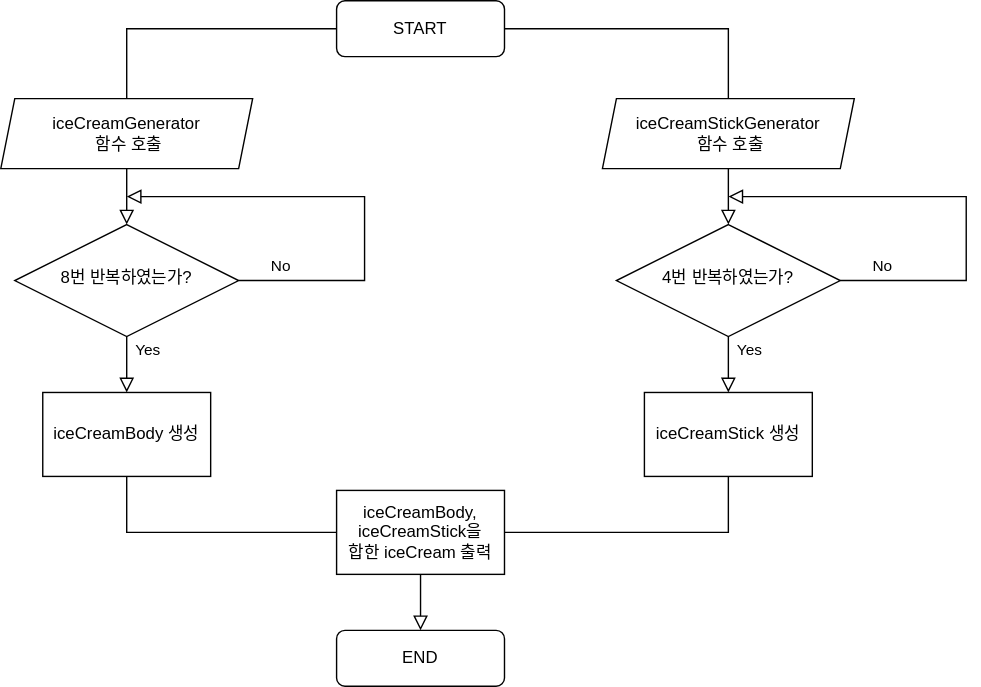
This is Step2_FlowChart.drawio.svg from yagom-academy/swift-starter-Round1, a draw.io export, as it was before one commit. Source tidied: cells renumbered, new cells last; positions are measured from the earlier drawing's top-left corner, leaving out a move shared by most shapes. Source of this version:
```xml
<mxGraphModel>
  <root>
    <mxCell id="0" />
    <mxCell id="1" parent="0" />
    <mxCell id="2" style="rounded=0;html=1;jettySize=auto;fontSize=11;endArrow=block;endFill=0;endSize=8;strokeWidth=1;shadow=0;labelBackgroundColor=none;edgeStyle=orthogonalEdgeStyle;startArrow=none;" parent="1" edge="1" source="7" target="6">
      <mxGeometry relative="1" as="geometry" />
    </mxCell>
    <mxCell id="3" value="START" style="rounded=1;whiteSpace=wrap;html=1;fontSize=12;glass=0;strokeWidth=1;shadow=0;" parent="1" vertex="1">
      <mxGeometry x="240" width="120" height="40" as="geometry" />
    </mxCell>
    <mxCell id="4" value="Yes" style="rounded=0;html=1;jettySize=auto;fontSize=11;endArrow=block;endFill=0;endSize=8;strokeWidth=1;shadow=0;labelBackgroundColor=none;edgeStyle=orthogonalEdgeStyle;entryX=0.5;entryY=0;entryDx=0;entryDy=0;exitX=0.5;exitY=1;exitDx=0;exitDy=0;" parent="1" edge="1" source="6" target="11">
      <mxGeometry x="-0.5" y="15" relative="1" as="geometry" />
    </mxCell>
    <mxCell id="5" value="No" style="edgeStyle=orthogonalEdgeStyle;rounded=0;html=1;jettySize=auto;fontSize=11;endArrow=block;endFill=0;endSize=8;strokeWidth=1;shadow=0;labelBackgroundColor=none;" parent="1" edge="1" source="6">
      <mxGeometry x="-0.81" y="10" relative="1" as="geometry">
        <mxPoint x="90" y="140" as="targetPoint" />
        <Array as="points">
          <mxPoint x="260" y="200" />
          <mxPoint x="260" y="140" />
        </Array>
      </mxGeometry>
    </mxCell>
    <mxCell id="6" value="8번 반복하였는가?" style="rhombus;whiteSpace=wrap;html=1;shadow=0;fontFamily=Helvetica;fontSize=12;align=center;strokeWidth=1;spacing=6;spacingTop=-4;" parent="1" vertex="1">
      <mxGeometry x="10" y="160" width="160" height="80" as="geometry" />
    </mxCell>
    <mxCell id="7" value="iceCreamGenerator&lt;br&gt;&amp;nbsp;함수 호출" style="shape=parallelogram;perimeter=parallelogramPerimeter;whiteSpace=wrap;html=1;fixedSize=1;size=10;" parent="1" vertex="1">
      <mxGeometry y="70" width="180" height="50" as="geometry" />
    </mxCell>
    <mxCell id="8" style="rounded=0;html=1;jettySize=auto;fontSize=11;endArrow=none;endFill=0;endSize=8;strokeWidth=1;shadow=0;labelBackgroundColor=none;edgeStyle=orthogonalEdgeStyle;" parent="1" edge="1" source="3" target="7">
      <mxGeometry relative="1" as="geometry" />
    </mxCell>
    <mxCell id="9" value="iceCreamStickGenerator&lt;br&gt;&amp;nbsp;함수 호출" style="shape=parallelogram;perimeter=parallelogramPerimeter;whiteSpace=wrap;html=1;fixedSize=1;size=10;" parent="1" vertex="1">
      <mxGeometry x="430" y="70" width="180" height="50" as="geometry" />
    </mxCell>
    <mxCell id="10" style="endArrow=none;html=1;rounded=0;entryX=1;entryY=0.5;entryDx=0;entryDy=0;exitX=0.5;exitY=0;exitDx=0;exitDy=0;" parent="1" edge="1" source="9" target="3">
      <mxGeometry relative="1" as="geometry">
        <Array as="points">
          <mxPoint x="520" y="20" />
        </Array>
      </mxGeometry>
    </mxCell>
    <mxCell id="11" value="iceCreamBody 생성" style="rounded=0;whiteSpace=wrap;html=1;" parent="1" vertex="1">
      <mxGeometry x="30" y="280" width="120" height="60" as="geometry" />
    </mxCell>
    <mxCell id="12" value="4번 반복하였는가?" style="rhombus;whiteSpace=wrap;html=1;shadow=0;fontFamily=Helvetica;fontSize=12;align=center;strokeWidth=1;spacing=6;spacingTop=-4;" parent="1" vertex="1">
      <mxGeometry x="440" y="160" width="160" height="80" as="geometry" />
    </mxCell>
    <mxCell id="13" value="No" style="edgeStyle=orthogonalEdgeStyle;rounded=0;html=1;jettySize=auto;fontSize=11;endArrow=block;endFill=0;endSize=8;strokeWidth=1;shadow=0;labelBackgroundColor=none;" parent="1" edge="1" source="12">
      <mxGeometry x="-0.81" y="10" relative="1" as="geometry">
        <mxPoint x="520" y="140" as="targetPoint" />
        <Array as="points">
          <mxPoint x="690" y="200" />
          <mxPoint x="690" y="140" />
        </Array>
      </mxGeometry>
    </mxCell>
    <mxCell id="14" value="iceCreamStick 생성" style="rounded=0;whiteSpace=wrap;html=1;" parent="1" vertex="1">
      <mxGeometry x="460" y="280" width="120" height="60" as="geometry" />
    </mxCell>
    <mxCell id="15" value="Yes" style="rounded=0;html=1;jettySize=auto;fontSize=11;endArrow=block;endFill=0;endSize=8;strokeWidth=1;shadow=0;labelBackgroundColor=none;edgeStyle=orthogonalEdgeStyle;entryX=0.5;entryY=0;entryDx=0;entryDy=0;exitX=0.5;exitY=1;exitDx=0;exitDy=0;" parent="1" edge="1" source="12" target="14">
      <mxGeometry x="-0.5" y="15" relative="1" as="geometry" />
    </mxCell>
    <mxCell id="16" style="rounded=0;html=1;jettySize=auto;fontSize=11;endArrow=block;endFill=0;endSize=8;strokeWidth=1;shadow=0;labelBackgroundColor=none;edgeStyle=orthogonalEdgeStyle;startArrow=none;" parent="1" edge="1" target="12">
      <mxGeometry relative="1" as="geometry">
        <mxPoint x="520" y="120" as="sourcePoint" />
      </mxGeometry>
    </mxCell>
    <mxCell id="17" style="endArrow=none;html=1;rounded=0;entryX=0.5;entryY=1;entryDx=0;entryDy=0;exitX=0;exitY=0.5;exitDx=0;exitDy=0;" parent="1" edge="1" source="18" target="11">
      <mxGeometry relative="1" as="geometry">
        <Array as="points">
          <mxPoint x="90" y="380" />
        </Array>
      </mxGeometry>
    </mxCell>
    <mxCell id="18" value="iceCreamBody, iceCreamStick을&lt;br&gt;합한 iceCream&amp;nbsp;출력" style="rounded=0;whiteSpace=wrap;html=1;" parent="1" vertex="1">
      <mxGeometry x="240" y="350" width="120" height="60" as="geometry" />
    </mxCell>
    <mxCell id="19" style="endArrow=none;html=1;rounded=0;entryX=0.5;entryY=1;entryDx=0;entryDy=0;exitX=1;exitY=0.5;exitDx=0;exitDy=0;" parent="1" edge="1" source="18" target="14">
      <mxGeometry relative="1" as="geometry">
        <Array as="points">
          <mxPoint x="520" y="380" />
        </Array>
      </mxGeometry>
    </mxCell>
    <mxCell id="20" value="END" style="rounded=1;whiteSpace=wrap;html=1;fontSize=12;glass=0;strokeWidth=1;shadow=0;" parent="1" vertex="1">
      <mxGeometry x="240" y="450" width="120" height="40" as="geometry" />
    </mxCell>
    <mxCell id="21" style="endArrow=block;html=1;rounded=0;entryX=0.5;entryY=0;entryDx=0;entryDy=0;exitX=0.5;exitY=1;exitDx=0;exitDy=0;endFill=0;endSize=8;" parent="1" edge="1" source="18" target="20">
      <mxGeometry relative="1" as="geometry" />
    </mxCell>
  </root>
</mxGraphModel>
```
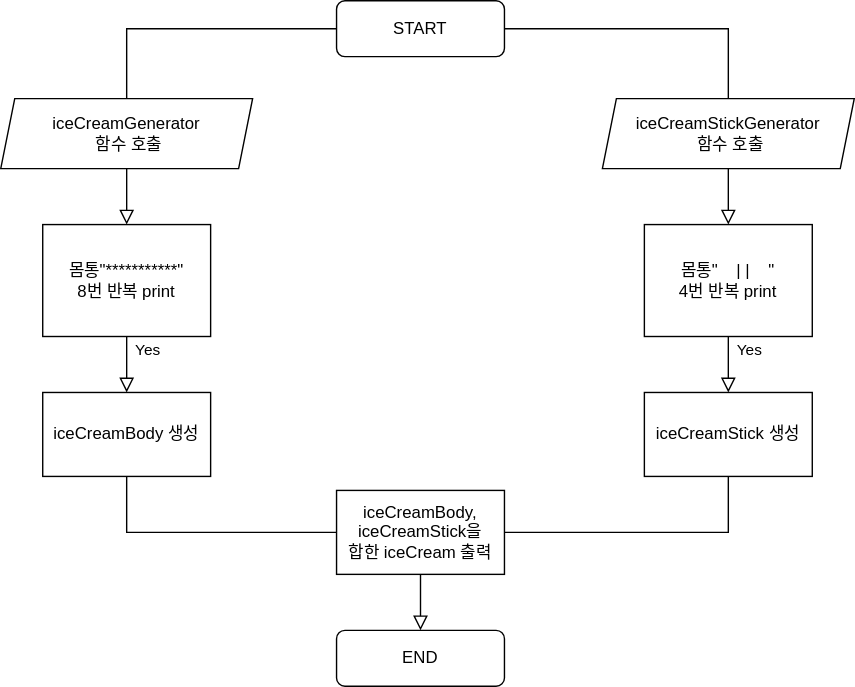
Later version of the same file.

Commit message:
1.README 수정, 2.XCodeProj 수정, 3.step2FlowChart수정

Change to the diagram source:
```diff
@@ -2,27 +2,19 @@
   <root>
     <mxCell id="0" />
     <mxCell id="1" parent="0" />
-    <mxCell id="2" style="rounded=0;html=1;jettySize=auto;fontSize=11;endArrow=block;endFill=0;endSize=8;strokeWidth=1;shadow=0;labelBackgroundColor=none;edgeStyle=orthogonalEdgeStyle;startArrow=none;" parent="1" edge="1" source="7" target="6">
-      <mxGeometry relative="1" as="geometry" />
+    <mxCell id="2" style="rounded=0;html=1;jettySize=auto;fontSize=11;endArrow=block;endFill=0;endSize=8;strokeWidth=1;shadow=0;labelBackgroundColor=none;edgeStyle=orthogonalEdgeStyle;startArrow=none;" parent="1" edge="1" source="7">
+      <mxGeometry relative="1" as="geometry">
+        <mxPoint x="90" y="160" as="targetPoint" />
+      </mxGeometry>
     </mxCell>
     <mxCell id="3" value="START" style="rounded=1;whiteSpace=wrap;html=1;fontSize=12;glass=0;strokeWidth=1;shadow=0;" parent="1" vertex="1">
       <mxGeometry x="240" width="120" height="40" as="geometry" />
     </mxCell>
-    <mxCell id="4" value="Yes" style="rounded=0;html=1;jettySize=auto;fontSize=11;endArrow=block;endFill=0;endSize=8;strokeWidth=1;shadow=0;labelBackgroundColor=none;edgeStyle=orthogonalEdgeStyle;entryX=0.5;entryY=0;entryDx=0;entryDy=0;exitX=0.5;exitY=1;exitDx=0;exitDy=0;" parent="1" edge="1" source="6" target="11">
-      <mxGeometry x="-0.5" y="15" relative="1" as="geometry" />
+    <mxCell id="4" value="Yes" style="rounded=0;html=1;jettySize=auto;fontSize=11;endArrow=block;endFill=0;endSize=8;strokeWidth=1;shadow=0;labelBackgroundColor=none;edgeStyle=orthogonalEdgeStyle;entryX=0.5;entryY=0;entryDx=0;entryDy=0;exitX=0.5;exitY=1;exitDx=0;exitDy=0;" parent="1" edge="1" target="11">
+      <mxGeometry x="-0.5" y="15" relative="1" as="geometry">
+        <mxPoint x="90" y="240" as="sourcePoint" />
+      </mxGeometry>
     </mxCell>
-    <mxCell id="5" value="No" style="edgeStyle=orthogonalEdgeStyle;rounded=0;html=1;jettySize=auto;fontSize=11;endArrow=block;endFill=0;endSize=8;strokeWidth=1;shadow=0;labelBackgroundColor=none;" parent="1" edge="1" source="6">
-      <mxGeometry x="-0.81" y="10" relative="1" as="geometry">
-        <mxPoint x="90" y="140" as="targetPoint" />
-        <Array as="points">
-          <mxPoint x="260" y="200" />
-          <mxPoint x="260" y="140" />
-        </Array>
-      </mxGeometry>
-    </mxCell>
-    <mxCell id="6" value="8번 반복하였는가?" style="rhombus;whiteSpace=wrap;html=1;shadow=0;fontFamily=Helvetica;fontSize=12;align=center;strokeWidth=1;spacing=6;spacingTop=-4;" parent="1" vertex="1">
-      <mxGeometry x="10" y="160" width="160" height="80" as="geometry" />
-    </mxCell>
     <mxCell id="7" value="iceCreamGenerator&lt;br&gt;&amp;nbsp;함수 호출" style="shape=parallelogram;perimeter=parallelogramPerimeter;whiteSpace=wrap;html=1;fixedSize=1;size=10;" parent="1" vertex="1">
       <mxGeometry y="70" width="180" height="50" as="geometry" />
     </mxCell>
@@ -42,27 +34,18 @@
     <mxCell id="11" value="iceCreamBody 생성" style="rounded=0;whiteSpace=wrap;html=1;" parent="1" vertex="1">
       <mxGeometry x="30" y="280" width="120" height="60" as="geometry" />
     </mxCell>
-    <mxCell id="12" value="4번 반복하였는가?" style="rhombus;whiteSpace=wrap;html=1;shadow=0;fontFamily=Helvetica;fontSize=12;align=center;strokeWidth=1;spacing=6;spacingTop=-4;" parent="1" vertex="1">
-      <mxGeometry x="440" y="160" width="160" height="80" as="geometry" />
-    </mxCell>
-    <mxCell id="13" value="No" style="edgeStyle=orthogonalEdgeStyle;rounded=0;html=1;jettySize=auto;fontSize=11;endArrow=block;endFill=0;endSize=8;strokeWidth=1;shadow=0;labelBackgroundColor=none;" parent="1" edge="1" source="12">
-      <mxGeometry x="-0.81" y="10" relative="1" as="geometry">
-        <mxPoint x="520" y="140" as="targetPoint" />
-        <Array as="points">
-          <mxPoint x="690" y="200" />
-          <mxPoint x="690" y="140" />
-        </Array>
-      </mxGeometry>
-    </mxCell>
     <mxCell id="14" value="iceCreamStick 생성" style="rounded=0;whiteSpace=wrap;html=1;" parent="1" vertex="1">
       <mxGeometry x="460" y="280" width="120" height="60" as="geometry" />
     </mxCell>
-    <mxCell id="15" value="Yes" style="rounded=0;html=1;jettySize=auto;fontSize=11;endArrow=block;endFill=0;endSize=8;strokeWidth=1;shadow=0;labelBackgroundColor=none;edgeStyle=orthogonalEdgeStyle;entryX=0.5;entryY=0;entryDx=0;entryDy=0;exitX=0.5;exitY=1;exitDx=0;exitDy=0;" parent="1" edge="1" source="12" target="14">
-      <mxGeometry x="-0.5" y="15" relative="1" as="geometry" />
+    <mxCell id="15" value="Yes" style="rounded=0;html=1;jettySize=auto;fontSize=11;endArrow=block;endFill=0;endSize=8;strokeWidth=1;shadow=0;labelBackgroundColor=none;edgeStyle=orthogonalEdgeStyle;entryX=0.5;entryY=0;entryDx=0;entryDy=0;exitX=0.5;exitY=1;exitDx=0;exitDy=0;" parent="1" edge="1" target="14">
+      <mxGeometry x="-0.5" y="15" relative="1" as="geometry">
+        <mxPoint x="520" y="240" as="sourcePoint" />
+      </mxGeometry>
     </mxCell>
-    <mxCell id="16" style="rounded=0;html=1;jettySize=auto;fontSize=11;endArrow=block;endFill=0;endSize=8;strokeWidth=1;shadow=0;labelBackgroundColor=none;edgeStyle=orthogonalEdgeStyle;startArrow=none;" parent="1" edge="1" target="12">
+    <mxCell id="16" style="rounded=0;html=1;jettySize=auto;orthogonalLoop=1;fontSize=11;endArrow=block;endFill=0;endSize=8;strokeWidth=1;shadow=0;labelBackgroundColor=none;edgeStyle=orthogonalEdgeStyle;startArrow=none;" parent="1" edge="1">
       <mxGeometry relative="1" as="geometry">
         <mxPoint x="520" y="120" as="sourcePoint" />
+        <mxPoint x="520" y="160" as="targetPoint" />
       </mxGeometry>
     </mxCell>
     <mxCell id="17" style="endArrow=none;html=1;rounded=0;entryX=0.5;entryY=1;entryDx=0;entryDy=0;exitX=0;exitY=0.5;exitDx=0;exitDy=0;" parent="1" edge="1" source="18" target="11">
@@ -88,5 +71,11 @@
     <mxCell id="21" style="endArrow=block;html=1;rounded=0;entryX=0.5;entryY=0;entryDx=0;entryDy=0;exitX=0.5;exitY=1;exitDx=0;exitDy=0;endFill=0;endSize=8;" parent="1" edge="1" source="18" target="20">
       <mxGeometry relative="1" as="geometry" />
     </mxCell>
+    <mxCell id="22" value="몸통&quot;***********&quot;&lt;br&gt;8번 반복 print" style="rounded=0;whiteSpace=wrap;html=1;" parent="1" vertex="1">
+      <mxGeometry x="30" y="160" width="120" height="80" as="geometry" />
+    </mxCell>
+    <mxCell id="23" value="몸통&quot;&amp;nbsp; &amp;nbsp; | |&amp;nbsp; &amp;nbsp; &quot;&lt;br&gt;4번 반복 print" style="rounded=0;whiteSpace=wrap;html=1;" parent="1" vertex="1">
+      <mxGeometry x="460" y="160" width="120" height="80" as="geometry" />
+    </mxCell>
   </root>
 </mxGraphModel>
```
